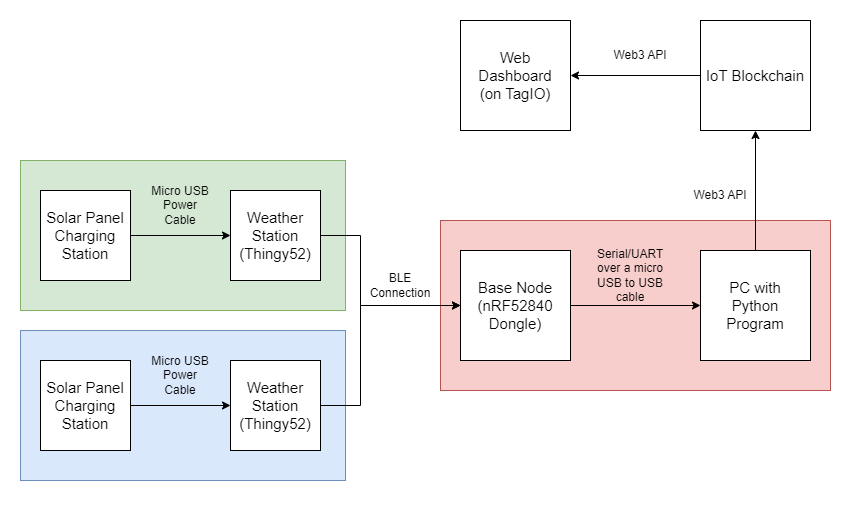
This is wiki-resources/TopLevelSystemOverview.png from Arthur006/4011-WeatherStation, a draw.io export, as it was before one commit. Source tidied: cells renumbered, new cells last; positions are measured from the earlier drawing's top-left corner, leaving out a move shared by most shapes.
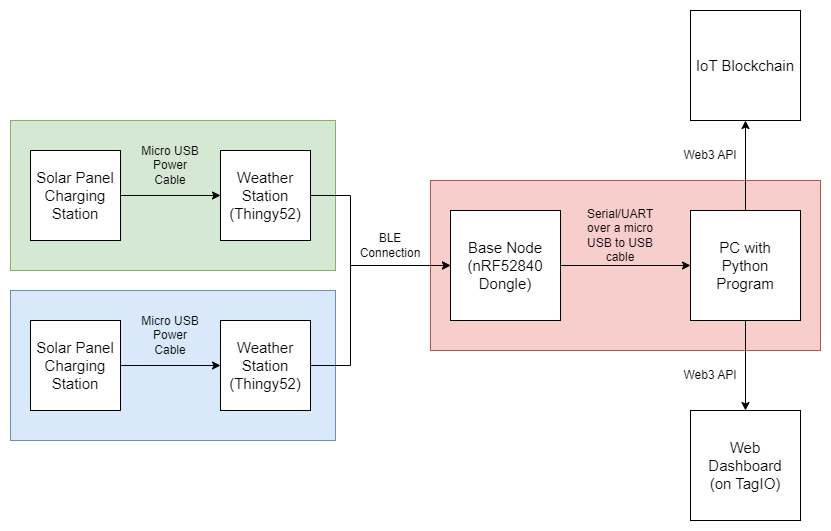
After the commit.

What changed in the source:
```diff
@@ -54,17 +54,17 @@
     <mxCell id="15" style="edgeStyle=orthogonalEdgeStyle;rounded=0;jettySize=auto;html=1;exitX=0.5;exitY=0;exitDx=0;exitDy=0;entryX=0.5;entryY=1;entryDx=0;entryDy=0;" parent="1" edge="1" source="16" target="18">
       <mxGeometry relative="1" as="geometry" />
     </mxCell>
+    <mxCell id="27" style="edgeStyle=orthogonalEdgeStyle;rounded=0;jettySize=auto;html=1;exitX=0.5;exitY=1;exitDx=0;exitDy=0;entryX=0.5;entryY=0;entryDx=0;entryDy=0;" parent="1" edge="1" source="16" target="19">
+      <mxGeometry relative="1" as="geometry" />
+    </mxCell>
     <mxCell id="16" value="PC with&lt;br&gt;Python Program" style="whiteSpace=wrap;html=1;fontSize=15;" parent="1" vertex="1">
       <mxGeometry x="680" y="230" width="110" height="110" as="geometry" />
     </mxCell>
-    <mxCell id="17" style="edgeStyle=orthogonalEdgeStyle;rounded=0;jettySize=auto;html=1;exitX=0;exitY=0.5;exitDx=0;exitDy=0;entryX=1;entryY=0.5;entryDx=0;entryDy=0;" parent="1" edge="1" source="18" target="19">
-      <mxGeometry relative="1" as="geometry" />
-    </mxCell>
     <mxCell id="18" value="IoT Blockchain" style="whiteSpace=wrap;html=1;fontSize=15;" parent="1" vertex="1">
-      <mxGeometry x="680" width="110" height="110" as="geometry" />
+      <mxGeometry x="680" y="30" width="110" height="110" as="geometry" />
     </mxCell>
     <mxCell id="19" value="Web Dashboard&lt;br&gt;(on TagIO)" style="whiteSpace=wrap;html=1;fontSize=15;" parent="1" vertex="1">
-      <mxGeometry x="440" width="110" height="110" as="geometry" />
+      <mxGeometry x="680" y="430" width="110" height="110" as="geometry" />
     </mxCell>
     <mxCell id="20" value="Micro USB Power Cable" style="text;html=1;strokeColor=none;fillColor=none;align=center;verticalAlign=middle;whiteSpace=wrap;rounded=0;" parent="1" vertex="1">
       <mxGeometry x="130" y="170" width="60" height="30" as="geometry" />
@@ -82,7 +82,7 @@
       <mxGeometry x="670" y="160" width="60" height="30" as="geometry" />
     </mxCell>
     <mxCell id="25" value="Web3 API" style="text;html=1;strokeColor=none;fillColor=none;align=center;verticalAlign=middle;whiteSpace=wrap;rounded=0;" parent="1" vertex="1">
-      <mxGeometry x="590" y="20" width="60" height="30" as="geometry" />
+      <mxGeometry x="670" y="380" width="60" height="30" as="geometry" />
     </mxCell>
     <mxCell id="26" style="edgeStyle=orthogonalEdgeStyle;rounded=0;orthogonalLoop=1;jettySize=auto;html=1;exitX=0.5;exitY=1;exitDx=0;exitDy=0;" parent="1" edge="1">
       <mxGeometry relative="1" as="geometry">
```
